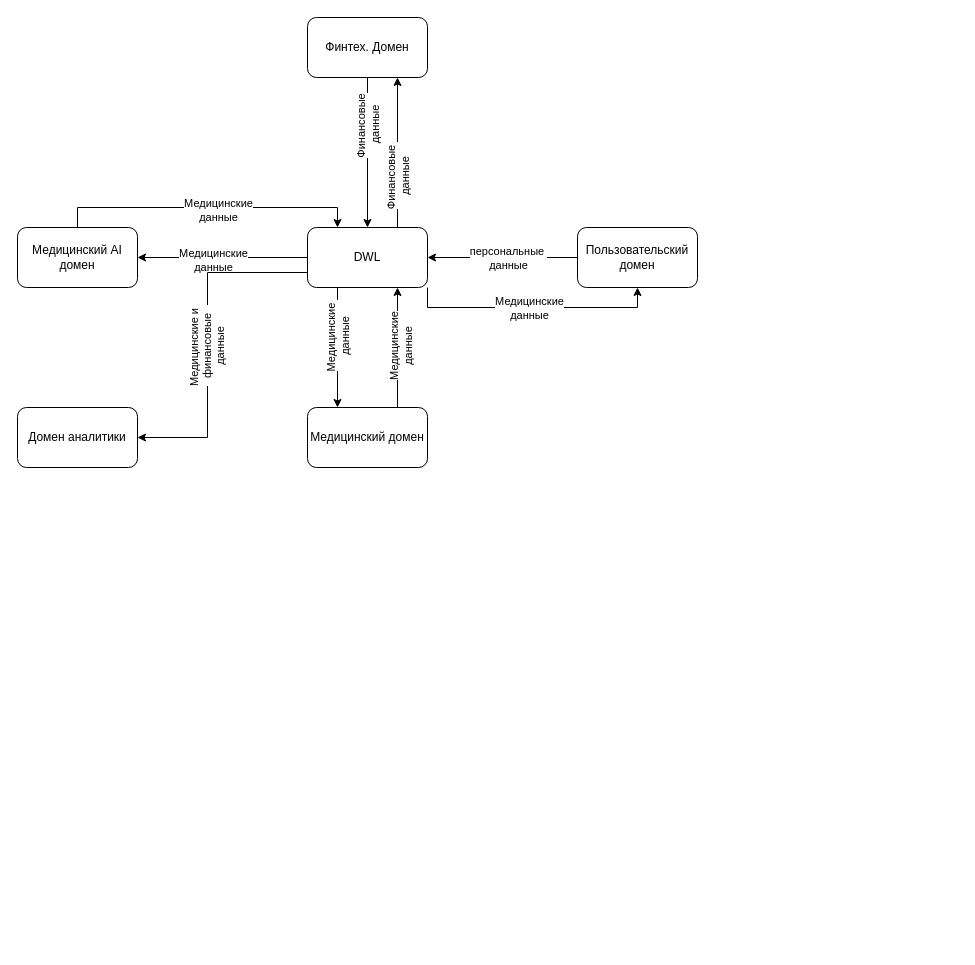
Before: Task2/data-flow.drawio in qoalich/architecture-future_2_0, a draw.io diagram. Source tidied: cells renumbered, new cells numbered last; positions are measured from the earlier drawing's top-left corner, leaving out a move shared by most shapes. Both pictures are drawn from the tidied source at 100%, with x=0, y=0 at pixel (17, 17).
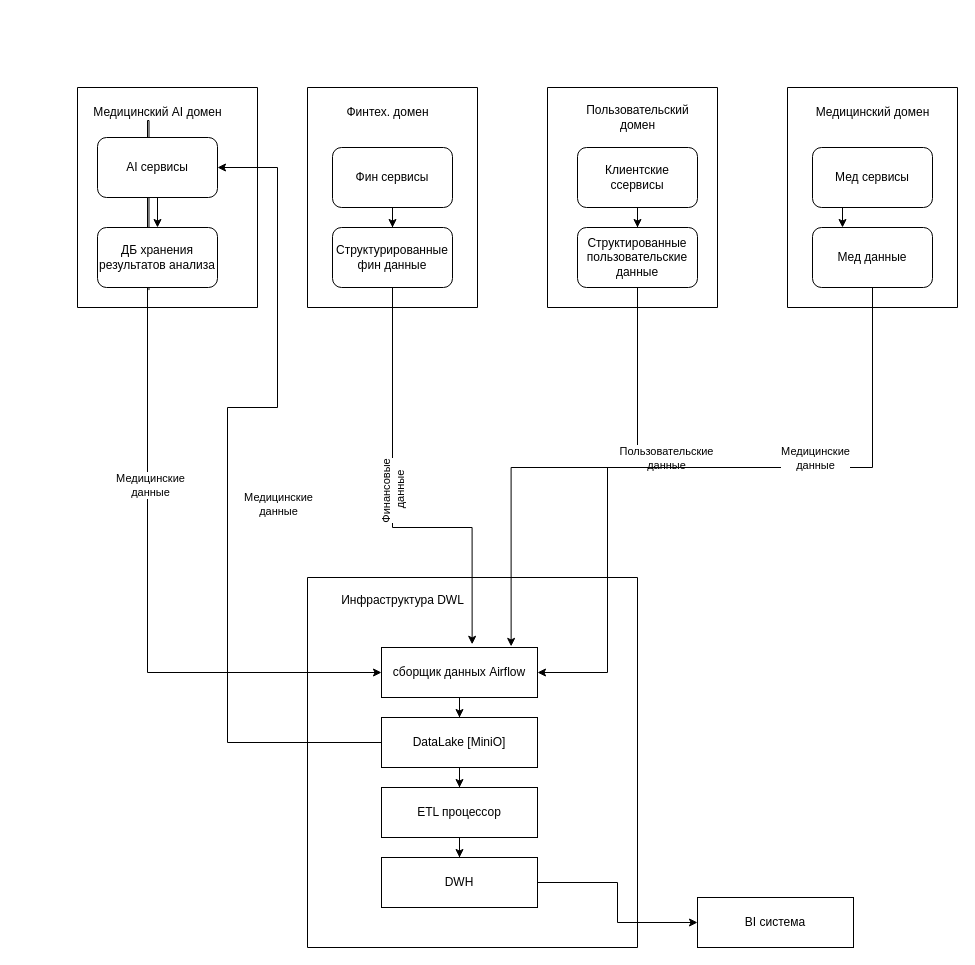
The same diagram, later.

Change to the diagram source:
```diff
@@
-    <mxCell id="2" style="edgeStyle=orthogonalEdgeStyle;rounded=0;jettySize=auto;html=1;" parent="1" edge="1" source="4" target="25">
-      <mxGeometry relative="1" as="geometry" />
+    <mxCell id="2" style="edgeStyle=orthogonalEdgeStyle;rounded=0;jettySize=auto;html=1;exitX=0.5;exitY=1;exitDx=0;exitDy=0;entryX=0.581;entryY=-0.064;entryDx=0;entryDy=0;entryPerimeter=0;" parent="1" edge="1" source="4" target="45">
+      <mxGeometry relative="1" as="geometry">
+        <Array as="points">
+          <mxPoint x="375" y="510" />
+          <mxPoint x="455" y="510" />
+        </Array>
+      </mxGeometry>
     </mxCell>
@@
-    <mxCell id="4" value="Финтех. Домен" style="rounded=1;whiteSpace=wrap;html=1;" parent="1" vertex="1">
-      <mxGeometry x="290" width="120" height="60" as="geometry" />
-    </mxCell>
-    <mxCell id="5" style="edgeStyle=orthogonalEdgeStyle;rounded=0;jettySize=auto;html=1;entryX=0.25;entryY=0;entryDx=0;entryDy=0;" parent="1" edge="1" source="7" target="25">
+    <mxCell id="5" style="edgeStyle=orthogonalEdgeStyle;rounded=0;jettySize=auto;html=1;exitX=0;exitY=0.5;exitDx=0;exitDy=0;entryX=1;entryY=0.5;entryDx=0;entryDy=0;" parent="1" edge="1" source="47" target="7">
       <mxGeometry relative="1" as="geometry">
         <Array as="points">
-          <mxPoint x="60" y="190" />
-          <mxPoint x="320" y="190" />
+          <mxPoint x="210" y="725" />
+          <mxPoint x="210" y="390" />
+          <mxPoint x="260" y="390" />
+          <mxPoint x="260" y="150" />
         </Array>
       </mxGeometry>
     </mxCell>
     <mxCell id="6" value="Медицинские&lt;div&gt;данные&lt;/div&gt;" style="edgeLabel;html=1;align=center;verticalAlign=middle;" parent="5" vertex="1">
       <mxGeometry x="-0.37" y="-2" relative="1" as="geometry">
-        <mxPoint x="65" as="offset" />
+        <mxPoint x="48" y="-129" as="offset" />
       </mxGeometry>
     </mxCell>
-    <mxCell id="7" value="Медицинский AI домен" style="rounded=1;whiteSpace=wrap;html=1;" parent="1" vertex="1">
-      <mxGeometry y="210" width="120" height="60" as="geometry" />
-    </mxCell>
-    <mxCell id="8" style="edgeStyle=orthogonalEdgeStyle;rounded=0;jettySize=auto;html=1;exitX=0.75;exitY=0;exitDx=0;exitDy=0;entryX=0.75;entryY=1;entryDx=0;entryDy=0;" parent="1" edge="1" source="10" target="25">
-      <mxGeometry relative="1" as="geometry" />
-    </mxCell>
-    <mxCell id="9" value="Медицинские&lt;div&gt;данные&lt;/div&gt;" style="edgeLabel;html=1;align=center;verticalAlign=middle;rotation=-90;" parent="8" vertex="1">
-      <mxGeometry x="-0.55" y="-3" relative="1" as="geometry">
-        <mxPoint y="-33" as="offset" />
-      </mxGeometry>
-    </mxCell>
-    <mxCell id="10" value="Медицинский домен" style="rounded=1;whiteSpace=wrap;html=1;" parent="1" vertex="1">
-      <mxGeometry x="290" y="390" width="120" height="60" as="geometry" />
-    </mxCell>
-    <mxCell id="11" style="edgeStyle=orthogonalEdgeStyle;rounded=0;jettySize=auto;html=1;" parent="1" edge="1" source="13" target="25">
-      <mxGeometry relative="1" as="geometry" />
-    </mxCell>
-    <mxCell id="12" value="персональные&amp;nbsp;&lt;div&gt;данные&lt;/div&gt;" style="edgeLabel;html=1;align=center;verticalAlign=middle;" parent="11" vertex="1">
-      <mxGeometry x="0.2" relative="1" as="geometry">
-        <mxPoint x="20" as="offset" />
-      </mxGeometry>
-    </mxCell>
-    <mxCell id="13" value="Пользовательский домен" style="rounded=1;whiteSpace=wrap;html=1;" parent="1" vertex="1">
-      <mxGeometry x="560" y="210" width="120" height="60" as="geometry" />
-    </mxCell>
-    <mxCell id="14" value="Домен аналитики" style="rounded=1;whiteSpace=wrap;html=1;" parent="1" vertex="1">
-      <mxGeometry y="390" width="120" height="60" as="geometry" />
-    </mxCell>
-    <mxCell id="15" style="edgeStyle=orthogonalEdgeStyle;rounded=0;jettySize=auto;html=1;" parent="1" edge="1" source="25" target="7">
-      <mxGeometry relative="1" as="geometry" />
+    <mxCell id="15" style="edgeStyle=orthogonalEdgeStyle;rounded=0;jettySize=auto;html=1;entryX=0;entryY=0.5;entryDx=0;entryDy=0;exitX=0.429;exitY=1.043;exitDx=0;exitDy=0;exitPerimeter=0;" parent="1" edge="1" source="29" target="45">
+      <mxGeometry relative="1" as="geometry">
+        <Array as="points">
+          <mxPoint x="130" y="103" />
+          <mxPoint x="130" y="655" />
+        </Array>
+      </mxGeometry>
     </mxCell>
@@
-    <mxCell id="17" style="edgeStyle=orthogonalEdgeStyle;rounded=0;jettySize=auto;html=1;exitX=0.25;exitY=1;exitDx=0;exitDy=0;entryX=0.25;entryY=0;entryDx=0;entryDy=0;" parent="1" edge="1" source="25" target="10">
-      <mxGeometry relative="1" as="geometry" />
-    </mxCell>
-    <mxCell id="18" value="Медицинские&amp;nbsp;&lt;div&gt;данные&lt;/div&gt;" style="edgeLabel;html=1;align=center;verticalAlign=middle;rotation=-90;" parent="17" vertex="1">
-      <mxGeometry x="0.37" relative="1" as="geometry">
-        <mxPoint y="-32" as="offset" />
-      </mxGeometry>
-    </mxCell>
-    <mxCell id="19" style="edgeStyle=orthogonalEdgeStyle;rounded=0;jettySize=auto;html=1;exitX=0.75;exitY=0;exitDx=0;exitDy=0;entryX=0.75;entryY=1;entryDx=0;entryDy=0;" parent="1" edge="1" source="25" target="4">
-      <mxGeometry relative="1" as="geometry" />
-    </mxCell>
-    <mxCell id="20" value="Финансовые&amp;nbsp;&lt;div&gt;данные&lt;/div&gt;" style="edgeLabel;html=1;align=center;verticalAlign=middle;rotation=-90;" parent="19" vertex="1">
-      <mxGeometry x="-0.51" y="2" relative="1" as="geometry">
-        <mxPoint x="2" y="-13" as="offset" />
-      </mxGeometry>
-    </mxCell>
-    <mxCell id="21" style="edgeStyle=orthogonalEdgeStyle;rounded=0;jettySize=auto;html=1;exitX=1;exitY=1;exitDx=0;exitDy=0;entryX=0.5;entryY=1;entryDx=0;entryDy=0;" parent="1" edge="1" source="25" target="13">
+    <mxCell id="21" style="edgeStyle=orthogonalEdgeStyle;rounded=0;jettySize=auto;html=1;exitX=0.5;exitY=1;exitDx=0;exitDy=0;entryX=0.831;entryY=-0.022;entryDx=0;entryDy=0;entryPerimeter=0;" parent="1" edge="1" source="13" target="45">
       <mxGeometry relative="1" as="geometry" />
     </mxCell>
-    <mxCell id="22" value="Медицинские&lt;div&gt;данные&lt;/div&gt;" style="edgeLabel;html=1;align=center;verticalAlign=middle;" parent="21" vertex="1">
+    <mxCell id="22" value="Пользовательские&lt;div&gt;данные&lt;/div&gt;" style="edgeLabel;html=1;align=center;verticalAlign=middle;" parent="21" vertex="1">
       <mxGeometry x="-0.26" y="-5" relative="1" as="geometry">
         <mxPoint x="28" y="-5" as="offset" />
       </mxGeometry>
     </mxCell>
-    <mxCell id="23" style="edgeStyle=orthogonalEdgeStyle;rounded=0;jettySize=auto;html=1;exitX=0;exitY=0.75;exitDx=0;exitDy=0;" parent="1" edge="1" source="25" target="14">
-      <mxGeometry relative="1" as="geometry">
-        <Array as="points">
-          <mxPoint x="190" y="255" />
-          <mxPoint x="190" y="420" />
-        </Array>
-      </mxGeometry>
-    </mxCell>
-    <mxCell id="24" value="Медицинские и&amp;nbsp;&lt;div&gt;финансовые&lt;/div&gt;&lt;div&gt;данные&lt;/div&gt;" style="edgeLabel;html=1;align=center;verticalAlign=middle;rotation=-90;" parent="23" vertex="1">
-      <mxGeometry x="0.41" y="-1" relative="1" as="geometry">
-        <mxPoint y="-61" as="offset" />
-      </mxGeometry>
-    </mxCell>
-    <mxCell id="25" value="DWL" style="rounded=1;whiteSpace=wrap;html=1;" parent="1" vertex="1">
-      <mxGeometry x="290" y="210" width="120" height="60" as="geometry" />
-    </mxCell>
+    <mxCell id="26" style="swimlane;startSize=0;" parent="1" vertex="1">
+      <mxGeometry x="60" y="70" width="180" height="220" as="geometry" />
+    </mxCell>
+    <mxCell id="27" style="edgeStyle=orthogonalEdgeStyle;rounded=0;jettySize=auto;html=1;entryX=0.5;entryY=0;entryDx=0;entryDy=0;" parent="26" edge="1" source="7" target="29">
+      <mxGeometry relative="1" as="geometry" />
+    </mxCell>
+    <mxCell id="7" value="AI сервисы" style="rounded=1;whiteSpace=wrap;html=1;" parent="26" vertex="1">
+      <mxGeometry x="20" y="50" width="120" height="60" as="geometry" />
+    </mxCell>
+    <mxCell id="28" value="Медицинский AI домен" style="text;html=1;align=center;verticalAlign=middle;strokeColor=none;fillColor=none;" parent="26" vertex="1">
+      <mxGeometry x="5" y="10" width="150" height="30" as="geometry" />
+    </mxCell>
+    <mxCell id="29" value="ДБ хранения результатов анализа" style="rounded=1;whiteSpace=wrap;html=1;" parent="26" vertex="1">
+      <mxGeometry x="20" y="140" width="120" height="60" as="geometry" />
+    </mxCell>
+    <mxCell id="30" style="swimlane;startSize=0;" parent="1" vertex="1">
+      <mxGeometry x="290" y="70" width="170" height="220" as="geometry" />
+    </mxCell>
+    <mxCell id="4" value="Структурированные фин данные" style="rounded=1;whiteSpace=wrap;html=1;" parent="30" vertex="1">
+      <mxGeometry x="25" y="140" width="120" height="60" as="geometry" />
+    </mxCell>
+    <mxCell id="31" style="edgeStyle=orthogonalEdgeStyle;rounded=0;orthogonalLoop=1;jettySize=auto;html=1;exitX=0.5;exitY=1;exitDx=0;exitDy=0;" parent="30" edge="1" source="4" target="4">
+      <mxGeometry relative="1" as="geometry" />
+    </mxCell>
+    <mxCell id="32" style="edgeStyle=orthogonalEdgeStyle;rounded=0;jettySize=auto;html=1;entryX=0.5;entryY=0;entryDx=0;entryDy=0;" parent="30" edge="1" source="33" target="4">
+      <mxGeometry relative="1" as="geometry" />
+    </mxCell>
+    <mxCell id="33" value="Фин сервисы" style="rounded=1;whiteSpace=wrap;html=1;" parent="30" vertex="1">
+      <mxGeometry x="25" y="60" width="120" height="60" as="geometry" />
+    </mxCell>
+    <mxCell id="34" value="Финтех. домен" style="text;html=1;align=center;verticalAlign=middle;strokeColor=none;fillColor=none;" parent="30" vertex="1">
+      <mxGeometry x="25" y="10" width="110" height="30" as="geometry" />
+    </mxCell>
+    <mxCell id="35" style="swimlane;startSize=0;" parent="1" vertex="1">
+      <mxGeometry x="530" y="70" width="170" height="220" as="geometry" />
+    </mxCell>
+    <mxCell id="36" value="&lt;div&gt;Пользовательский&lt;/div&gt;&lt;div&gt;домен&lt;/div&gt;" style="text;html=1;align=center;verticalAlign=middle;strokeColor=none;fillColor=none;" parent="35" vertex="1">
+      <mxGeometry x="25" y="10" width="130" height="40" as="geometry" />
+    </mxCell>
+    <mxCell id="37" value="Клиентские ссервисы" style="rounded=1;whiteSpace=wrap;html=1;" parent="35" vertex="1">
+      <mxGeometry x="30" y="60" width="120" height="60" as="geometry" />
+    </mxCell>
+    <mxCell id="13" value="Структированные пользовательские данные" style="rounded=1;whiteSpace=wrap;html=1;" parent="1" vertex="1">
+      <mxGeometry x="560" y="210" width="120" height="60" as="geometry" />
+    </mxCell>
+    <mxCell id="38" style="edgeStyle=orthogonalEdgeStyle;rounded=0;jettySize=auto;html=1;entryX=0.5;entryY=0;entryDx=0;entryDy=0;" parent="1" edge="1" source="37" target="13">
+      <mxGeometry relative="1" as="geometry" />
+    </mxCell>
+    <mxCell id="39" style="swimlane;startSize=0;" parent="1" vertex="1">
+      <mxGeometry x="770" y="70" width="170" height="220" as="geometry" />
+    </mxCell>
+    <mxCell id="10" value="Мед данные" style="rounded=1;whiteSpace=wrap;html=1;" parent="39" vertex="1">
+      <mxGeometry x="25" y="140" width="120" height="60" as="geometry" />
+    </mxCell>
+    <mxCell id="40" value="Медицинский домен" style="text;html=1;align=center;verticalAlign=middle;strokeColor=none;fillColor=none;" parent="39" vertex="1">
+      <mxGeometry x="15" y="10" width="140" height="30" as="geometry" />
+    </mxCell>
+    <mxCell id="41" value="Мед сервисы" style="rounded=1;whiteSpace=wrap;html=1;" parent="39" vertex="1">
+      <mxGeometry x="25" y="60" width="120" height="60" as="geometry" />
+    </mxCell>
+    <mxCell id="17" style="edgeStyle=orthogonalEdgeStyle;rounded=0;jettySize=auto;html=1;exitX=0.25;exitY=1;exitDx=0;exitDy=0;entryX=0.25;entryY=0;entryDx=0;entryDy=0;" parent="39" edge="1" source="41" target="10">
+      <mxGeometry relative="1" as="geometry" />
+    </mxCell>
+    <mxCell id="42" style="swimlane;startSize=0;" parent="1" vertex="1">
+      <mxGeometry x="290" y="560" width="330" height="370" as="geometry" />
+    </mxCell>
+    <mxCell id="43" value="Инфраструктура DWL" style="text;html=1;align=center;verticalAlign=middle;strokeColor=none;fillColor=none;" parent="42" vertex="1">
+      <mxGeometry x="20" y="8" width="150" height="30" as="geometry" />
+    </mxCell>
+    <mxCell id="44" style="edgeStyle=orthogonalEdgeStyle;rounded=0;jettySize=auto;html=1;entryX=0.5;entryY=0;entryDx=0;entryDy=0;" parent="42" edge="1" source="45" target="47">
+      <mxGeometry relative="1" as="geometry" />
+    </mxCell>
+    <mxCell id="45" value="сборщик данных Airflow" style="rounded=0;whiteSpace=wrap;html=1;" parent="42" vertex="1">
+      <mxGeometry x="74" y="70" width="156" height="50" as="geometry" />
+    </mxCell>
+    <mxCell id="46" style="edgeStyle=orthogonalEdgeStyle;rounded=0;jettySize=auto;html=1;entryX=0.5;entryY=0;entryDx=0;entryDy=0;" parent="42" edge="1" source="47" target="49">
+      <mxGeometry relative="1" as="geometry" />
+    </mxCell>
+    <mxCell id="47" value="DataLake [MiniO]" style="rounded=0;whiteSpace=wrap;html=1;" parent="42" vertex="1">
+      <mxGeometry x="74" y="140" width="156" height="50" as="geometry" />
+    </mxCell>
+    <mxCell id="48" style="edgeStyle=orthogonalEdgeStyle;rounded=0;jettySize=auto;html=1;entryX=0.5;entryY=0;entryDx=0;entryDy=0;" parent="42" edge="1" source="49" target="50">
+      <mxGeometry relative="1" as="geometry" />
+    </mxCell>
+    <mxCell id="49" value="ETL процессор" style="rounded=0;whiteSpace=wrap;html=1;" parent="42" vertex="1">
+      <mxGeometry x="74" y="210" width="156" height="50" as="geometry" />
+    </mxCell>
+    <mxCell id="50" value="DWH" style="rounded=0;whiteSpace=wrap;html=1;" parent="42" vertex="1">
+      <mxGeometry x="74" y="280" width="156" height="50" as="geometry" />
+    </mxCell>
+    <mxCell id="51" value="BI система" style="rounded=0;whiteSpace=wrap;html=1;" parent="1" vertex="1">
+      <mxGeometry x="680" y="880" width="156" height="50" as="geometry" />
+    </mxCell>
+    <mxCell id="52" style="edgeStyle=orthogonalEdgeStyle;rounded=0;jettySize=auto;html=1;entryX=0;entryY=0.5;entryDx=0;entryDy=0;" parent="1" edge="1" source="50" target="51">
+      <mxGeometry relative="1" as="geometry" />
+    </mxCell>
+    <mxCell id="53" style="edgeStyle=orthogonalEdgeStyle;rounded=0;jettySize=auto;html=1;exitX=0.5;exitY=1;exitDx=0;exitDy=0;entryX=1;entryY=0.5;entryDx=0;entryDy=0;" parent="1" edge="1" source="10" target="45">
+      <mxGeometry relative="1" as="geometry">
+        <Array as="points">
+          <mxPoint x="855" y="450" />
+          <mxPoint x="590" y="450" />
+          <mxPoint x="590" y="655" />
+        </Array>
+      </mxGeometry>
+    </mxCell>
+    <mxCell id="54" value="Медицинские&lt;div&gt;данные&lt;/div&gt;" style="edgeLabel;html=1;align=center;verticalAlign=middle;" parent="53" vertex="1">
+      <mxGeometry x="-0.26" y="-5" relative="1" as="geometry">
+        <mxPoint x="28" y="-5" as="offset" />
+      </mxGeometry>
+    </mxCell>
```
